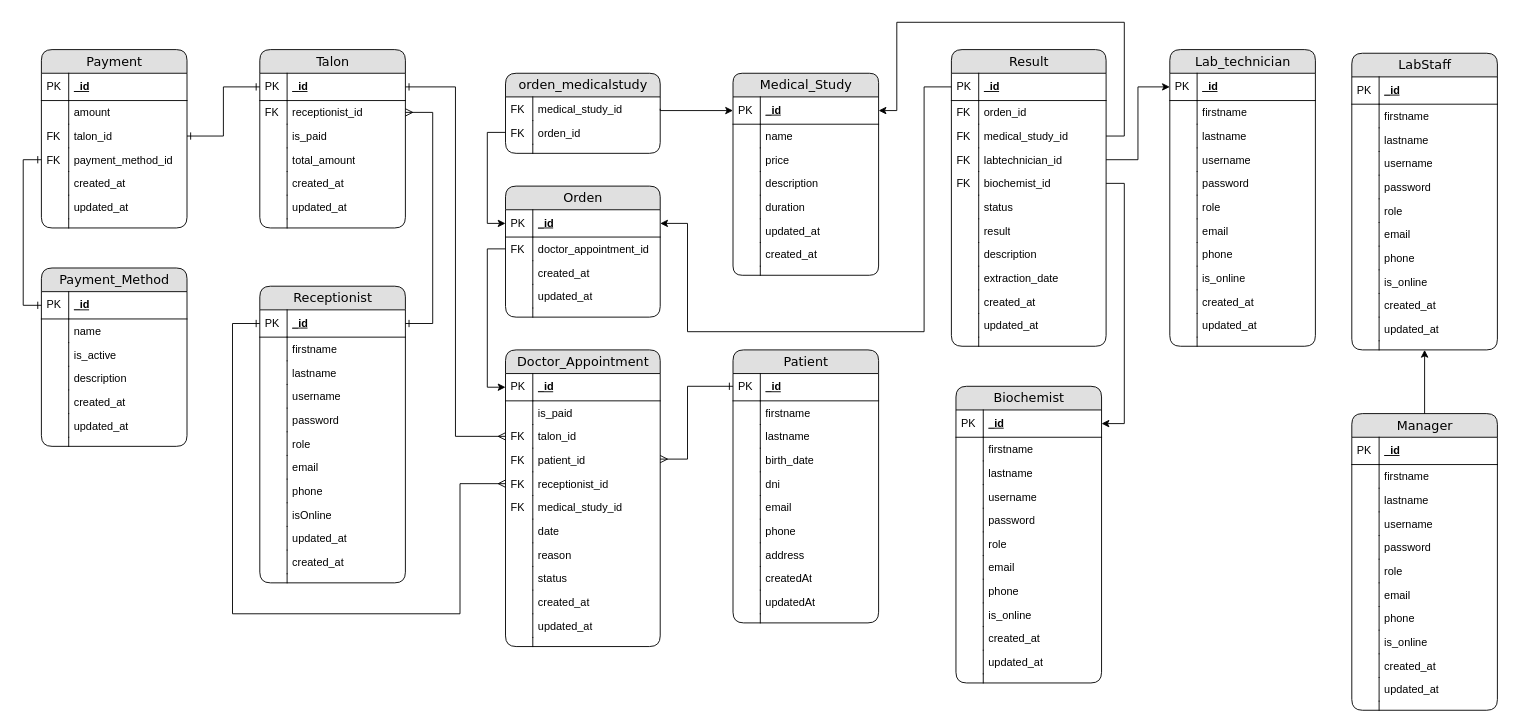
EmanuelRigo/lab-patient-system keeps this draw.io diagram as driagrama entidad relacion.drawio. Above is the earlier version. Source tidied: cells renumbered, new cells numbered last; positions are measured from the earlier drawing's top-left corner, leaving out a move shared by most shapes. Both pictures are drawn from the tidied source at 91%, with x=0, y=0 at pixel (41, 22).
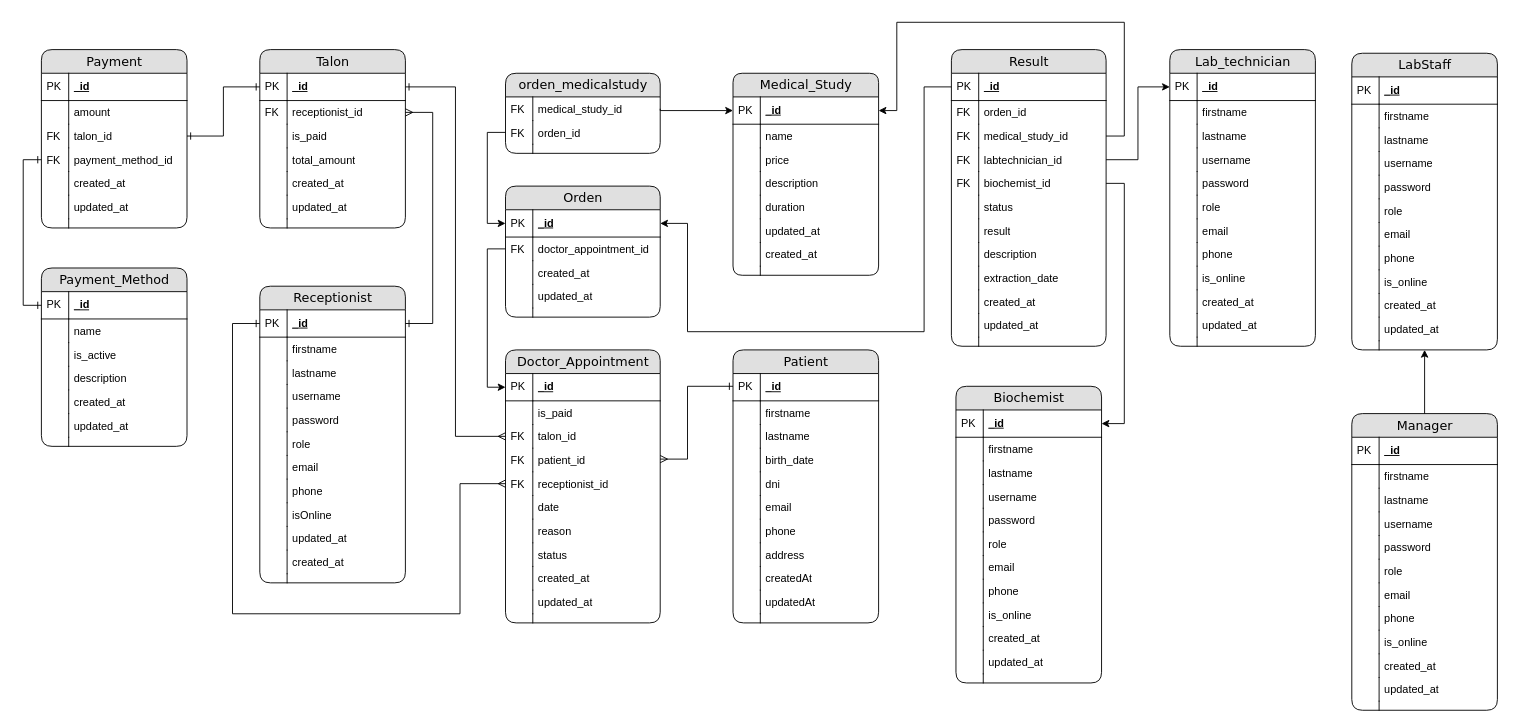
After the change.

What changed in the source:
```diff
@@
     <mxCell id="207" value="Doctor_Appointment" style="swimlane;html=1;fontStyle=0;horizontal=1;startSize=26;fillColor=#e0e0e0;swimlaneFillColor=#ffffff;align=center;rounded=1;shadow=0;comic=0;labelBackgroundColor=none;strokeWidth=1;fontFamily=Verdana;fontSize=14;gradientColor=none;" parent="1" vertex="1">
-      <mxGeometry x="510" y="360" width="170" height="326" as="geometry" />
+      <mxGeometry x="510" y="360" width="170" height="300" as="geometry" />
     </mxCell>
@@
-    <mxCell id="218" value="medical_study_id" style="shape=partialRectangle;top=0;left=0;right=0;bottom=0;html=1;align=left;verticalAlign=top;fillColor=none;spacingLeft=34;spacingRight=4;whiteSpace=wrap;overflow=hidden;" parent="207" vertex="1">
-      <mxGeometry y="160" width="170" height="26" as="geometry" />
-    </mxCell>
-    <mxCell id="219" value="FK" style="shape=partialRectangle;top=0;left=0;bottom=0;html=1;fillColor=none;align=left;verticalAlign=top;spacingLeft=4;spacingRight=4;whiteSpace=wrap;overflow=hidden;" parent="218" vertex="1">
-      <mxGeometry width="30" height="26" as="geometry" />
-    </mxCell>
     <mxCell id="220" value="date" style="shape=partialRectangle;top=0;left=0;right=0;bottom=0;html=1;align=left;verticalAlign=top;fillColor=none;spacingLeft=34;spacingRight=4;whiteSpace=wrap;overflow=hidden;" parent="207" vertex="1">
-      <mxGeometry y="186" width="170" height="26" as="geometry" />
+      <mxGeometry y="160" width="170" height="26" as="geometry" />
     </mxCell>
@@
     <mxCell id="222" value="reason" style="shape=partialRectangle;top=0;left=0;right=0;bottom=0;html=1;align=left;verticalAlign=top;fillColor=none;spacingLeft=34;spacingRight=4;whiteSpace=wrap;overflow=hidden;" parent="207" vertex="1">
-      <mxGeometry y="212" width="170" height="26" as="geometry" />
+      <mxGeometry y="186" width="170" height="26" as="geometry" />
     </mxCell>
@@
     <mxCell id="224" value="status" style="shape=partialRectangle;top=0;left=0;right=0;bottom=0;html=1;align=left;verticalAlign=top;fillColor=none;spacingLeft=34;spacingRight=4;whiteSpace=wrap;overflow=hidden;" parent="207" vertex="1">
-      <mxGeometry y="238" width="170" height="26" as="geometry" />
+      <mxGeometry y="212" width="170" height="26" as="geometry" />
     </mxCell>
@@
     <mxCell id="226" value="created_at" style="shape=partialRectangle;top=0;left=0;right=0;bottom=0;html=1;align=left;verticalAlign=top;fillColor=none;spacingLeft=34;spacingRight=4;whiteSpace=wrap;overflow=hidden;" parent="207" vertex="1">
-      <mxGeometry y="264" width="170" height="26" as="geometry" />
+      <mxGeometry y="238" width="170" height="26" as="geometry" />
     </mxCell>
@@
     <mxCell id="228" value="updated_at" style="shape=partialRectangle;top=0;left=0;right=0;bottom=0;html=1;align=left;verticalAlign=top;fillColor=none;spacingLeft=34;spacingRight=4;whiteSpace=wrap;overflow=hidden;" parent="207" vertex="1">
-      <mxGeometry y="290" width="170" height="26" as="geometry" />
+      <mxGeometry y="264" width="170" height="26" as="geometry" />
     </mxCell>
@@
     <mxCell id="230" style="shape=partialRectangle;top=0;left=0;right=0;bottom=0;html=1;align=left;verticalAlign=top;fillColor=none;spacingLeft=34;spacingRight=4;whiteSpace=wrap;overflow=hidden;" parent="207" vertex="1">
-      <mxGeometry y="316" width="170" height="10" as="geometry" />
+      <mxGeometry y="290" width="170" height="10" as="geometry" />
     </mxCell>
```
